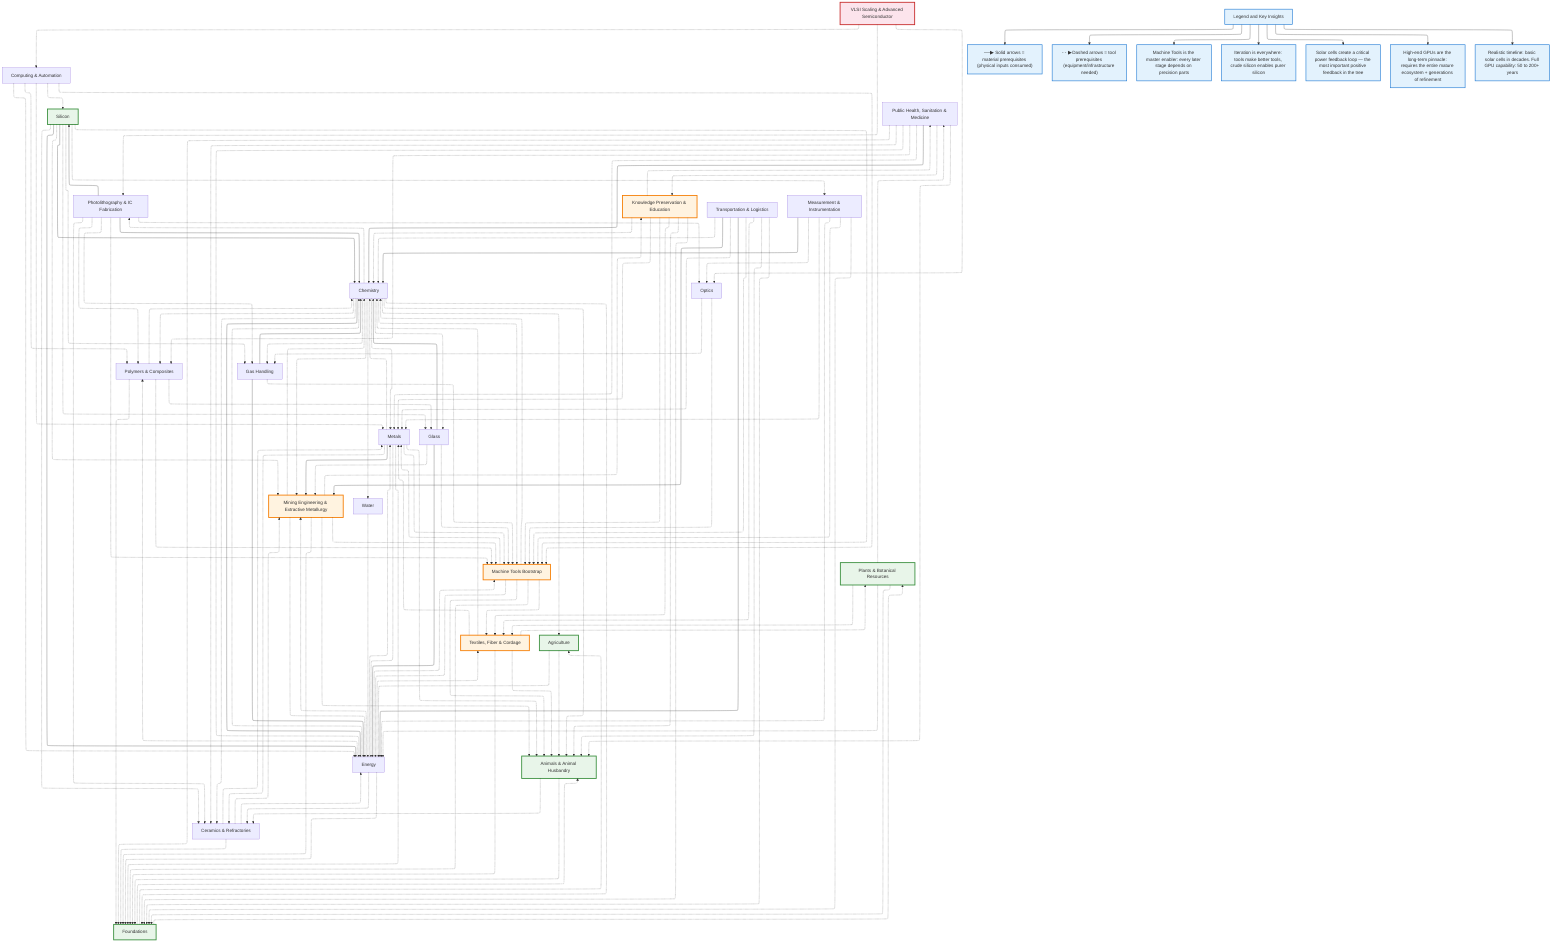
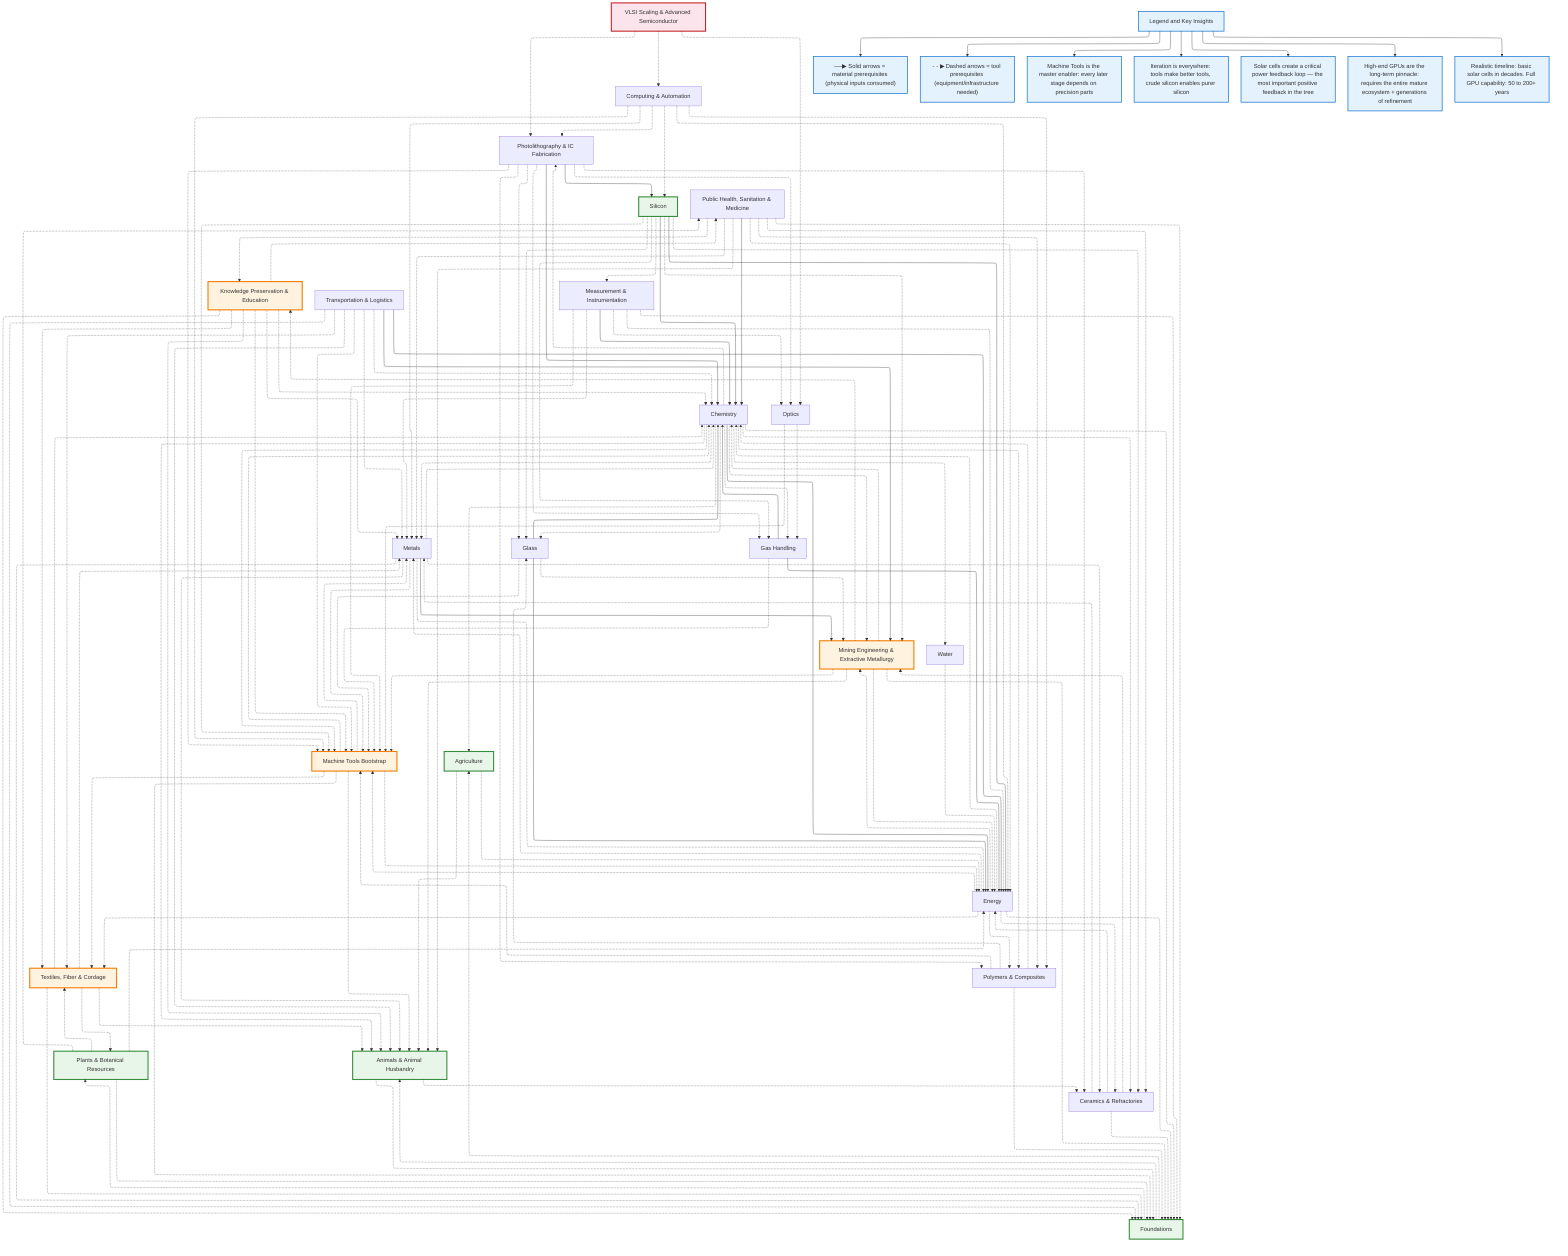
%%{init: {"flowchart": {"defaultRenderer": "elk", "htmlLabels": true}}}%%
graph TD
    %% ==================== DOMAIN NODES ====================
    foundations["Foundations"]
    metals["Metals"]
    machine-tools["Machine Tools Bootstrap"]
    energy["Energy"]
    chemistry["Chemistry"]
    silicon["Silicon"]
    photolithography["Photolithography & IC Fabrication"]
    vlsi-scaling["VLSI Scaling & Advanced Semiconductor"]
    knowledge["Knowledge Preservation & Education"]
    transport["Transportation & Logistics"]
    computing["Computing & Automation"]
    health["Public Health, Sanitation & Medicine"]
    textiles["Textiles, Fiber & Cordage"]
    mining["Mining Engineering & Extractive Metallurgy"]
    ceramics["Ceramics & Refractories"]
    polymers["Polymers & Composites"]
    glass["Glass"]
    optics["Optics"]
    gas-handling["Gas Handling"]
    measurement["Measurement & Instrumentation"]
    plants["Plants & Botanical Resources"]
    agriculture["Agriculture"]
    animals["Animals & Animal Husbandry"]
    water["Water"]

    %% ==================== DOMAIN-LEVEL EDGES ====================
    metals -.-> foundations
    metals --> mining
    machine-tools -.-> metals
    machine-tools -.-> textiles
    energy -.-> metals
    chemistry -.-> metals
    chemistry --> energy
    glass -.-> machine-tools
    optics -.-> machine-tools
    gas-handling -.-> machine-tools
    measurement -.-> machine-tools
    glass --> energy
    gas-handling --> energy
    glass --> chemistry
    gas-handling --> chemistry
    measurement --> chemistry
    silicon -.-> machine-tools
    silicon --> energy
    silicon --> chemistry
    silicon -.-> glass
    silicon -.-> gas-handling
    photolithography -.-> machine-tools
    photolithography --> chemistry
    photolithography -.-> gas-handling
    photolithography -.-> optics
    photolithography --> silicon
    vlsi-scaling -.-> photolithography
    knowledge -.-> foundations
    health -.-> foundations
    health --> chemistry
    ceramics -.-> foundations
    ceramics -.-> metals
    textiles -.-> foundations
    mining -.-> foundations
    transport -.-> metals
    transport --> energy
    transport --> mining
    transport -.-> machine-tools
    computing -.-> machine-tools
    polymers -.-> foundations
    animals -.-> foundations

    %% ==================== CROSS-DOMAIN EDGES ====================
    agriculture -.-> animals
    agriculture -.-> energy
    animals -.-> ceramics
    ceramics -.-> energy
    ceramics -.-> mining
    chemistry -.-> agriculture
    chemistry -.-> animals
    chemistry -.-> ceramics
    chemistry -.-> foundations
    chemistry -.-> gas-handling
    chemistry -.-> glass
    chemistry -.-> machine-tools
    chemistry -.-> mining
    chemistry -.-> photolithography
    chemistry -.-> polymers
    chemistry -.-> water
    computing -.-> energy
    computing -.-> metals
+     computing -.-> photolithography
    computing -.-> polymers
    computing -.-> silicon
    energy -.-> ceramics
    energy -.-> chemistry
    energy -.-> foundations
    energy -.-> machine-tools
    energy -.-> mining
    energy -.-> polymers
    energy -.-> textiles
    foundations -.-> agriculture
    foundations -.-> animals
    foundations -.-> plants
    glass -.-> mining
    health -.-> animals
    health -.-> ceramics
    health -.-> energy
    health -.-> knowledge
    health -.-> metals
    health -.-> polymers
    knowledge -.-> animals
    knowledge -.-> chemistry
    knowledge -.-> health
    knowledge -.-> machine-tools
    knowledge -.-> metals
    knowledge -.-> textiles
    machine-tools -.-> animals
    machine-tools -.-> chemistry
    machine-tools -.-> energy
    machine-tools -.-> foundations
    measurement -.-> energy
    measurement -.-> foundations
    measurement -.-> metals
    measurement -.-> optics
    metals -.-> animals
    metals -.-> ceramics
    metals -.-> chemistry
    metals -.-> energy
    metals -.-> machine-tools
    mining -.-> animals
    mining -.-> chemistry
    mining -.-> energy
    mining -.-> knowledge
    mining -.-> machine-tools
    optics -.-> gas-handling
    photolithography -.-> ceramics
+     photolithography -.-> glass
    photolithography -.-> polymers
    plants -.-> energy
    plants -.-> foundations
    plants -.-> health
    plants -.-> textiles
    polymers -.-> chemistry
    polymers -.-> glass
    polymers -.-> machine-tools
    silicon -.-> ceramics
    silicon -.-> measurement
    silicon -.-> mining
    textiles -.-> animals
    textiles -.-> chemistry
    textiles -.-> metals
    textiles -.-> plants
    transport -.-> animals
    transport -.-> chemistry
    transport -.-> foundations
    transport -.-> textiles
    vlsi-scaling -.-> computing
    vlsi-scaling -.-> optics
    water -.-> energy

    %% ==================== STYLING ====================
    classDef domain fill:#e3f2fd,stroke:#1976d2,stroke-width:2px
    classDef critical fill:#fff3e0,stroke:#f57c00,stroke-width:3px
    classDef earlyWin fill:#e8f5e9,stroke:#388e3c,stroke-width:3px
    classDef pinnacle fill:#fce4ec,stroke:#c62828,stroke-width:3px
    class foundations earlyWin
    class machine-tools critical
    class silicon earlyWin
    class vlsi-scaling pinnacle
    class knowledge critical
    class textiles critical
    class mining critical
    class plants earlyWin
    class agriculture earlyWin
    class animals earlyWin

    %% ==================== LEGEND ====================
    Legend["Legend and Key Insights"]
    Legend --> Note0["──▶ Solid arrows = material prerequisites (physical inputs consumed)"]
    Legend --> Note0b["- - ▶ Dashed arrows = tool prerequisites (equipment/infrastructure needed)"]
    Legend --> Note1["Machine Tools is the master enabler: every later stage depends on precision parts"]
    Legend --> Note2["Iteration is everywhere: tools make better tools, crude silicon enables purer silicon"]
    Legend --> Note3["Solar cells create a critical power feedback loop — the most important positive feedback in the tree"]
    Legend --> Note4["High-end GPUs are the long-term pinnacle: requires the entire mature ecosystem + generations of refinement"]
    Legend --> Note5["Realistic timeline: basic solar cells in decades. Full GPU capability: 50 to 200+ years"]
    class Legend,Note0,Note0b,Note1,Note2,Note3,Note4,Note5 domain
